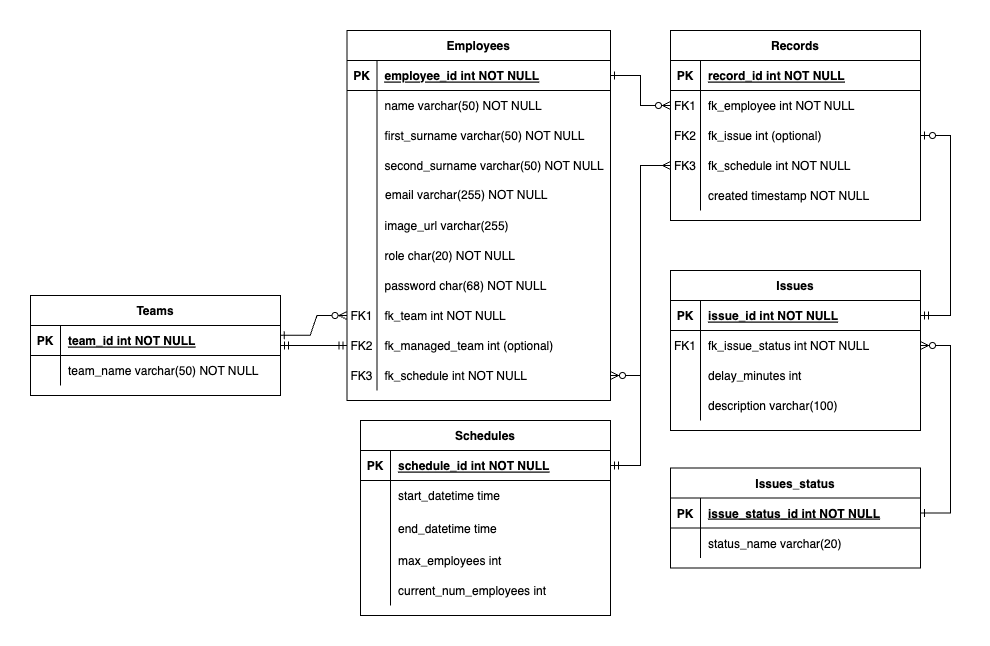
uma-dev/schedule-whiz keeps this draw.io diagram as images/schedule-whiz-db.png. Above is the earlier version. Source tidied: cells renumbered, new cells last; positions are measured from the earlier drawing's top-left corner, leaving out a move shared by most shapes.
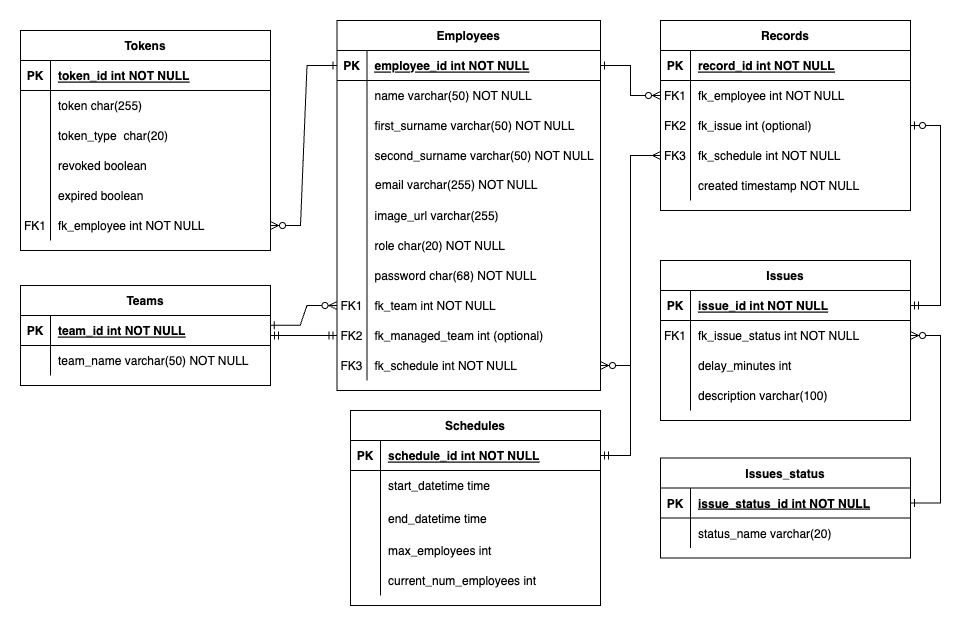
Later version of the same file.

Change to the diagram source:
```diff
@@ -307,5 +307,65 @@
     <mxCell id="101" style="edgeStyle=entityRelationEdgeStyle;endArrow=ERzeroToMany;startArrow=ERone;endFill=1;startFill=0;labelBackgroundColor=none;fontColor=default;rounded=0;" parent="1" edge="1" source="60" target="56">
       <mxGeometry relative="1" as="geometry" />
     </mxCell>
+    <mxCell id="102" value="Tokens" style="shape=table;startSize=30;rowLines=0;fontStyle=1;align=center;labelBackgroundColor=none;rounded=0;" parent="1" vertex="1">
+      <mxGeometry y="10" width="250" height="220" as="geometry" />
+    </mxCell>
+    <mxCell id="103" style="shape=partialRectangle;fillColor=none;top=0;left=0;right=0;bottom=1;labelBackgroundColor=none;rounded=0;" parent="102" vertex="1">
+      <mxGeometry y="30" width="250" height="30" as="geometry" />
+    </mxCell>
+    <mxCell id="104" value="PK" style="shape=partialRectangle;overflow=hidden;fillColor=none;top=0;left=0;bottom=0;right=0;fontStyle=1;labelBackgroundColor=none;rounded=0;" parent="103" vertex="1">
+      <mxGeometry width="30" height="30" as="geometry" />
+    </mxCell>
+    <mxCell id="105" value="token_id int NOT NULL " style="shape=partialRectangle;overflow=hidden;fillColor=none;top=0;left=0;bottom=0;right=0;align=left;spacingLeft=6;fontStyle=5;labelBackgroundColor=none;rounded=0;" parent="103" vertex="1">
+      <mxGeometry x="30" width="220" height="30" as="geometry" />
+    </mxCell>
+    <mxCell id="106" style="shape=partialRectangle;fillColor=none;top=0;left=0;right=0;bottom=0;labelBackgroundColor=none;rounded=0;" parent="102" vertex="1">
+      <mxGeometry y="60" width="250" height="30" as="geometry" />
+    </mxCell>
+    <mxCell id="107" style="shape=partialRectangle;overflow=hidden;fillColor=none;top=0;left=0;bottom=0;right=0;labelBackgroundColor=none;rounded=0;" parent="106" vertex="1">
+      <mxGeometry width="30" height="30" as="geometry" />
+    </mxCell>
+    <mxCell id="108" value="token char(255)" style="shape=partialRectangle;overflow=hidden;fillColor=none;top=0;left=0;bottom=0;right=0;align=left;spacingLeft=6;labelBackgroundColor=none;rounded=0;" parent="106" vertex="1">
+      <mxGeometry x="30" width="220" height="30" as="geometry" />
+    </mxCell>
+    <mxCell id="109" style="shape=partialRectangle;fillColor=none;top=0;left=0;right=0;bottom=0;labelBackgroundColor=none;rounded=0;" parent="102" vertex="1">
+      <mxGeometry y="90" width="250" height="30" as="geometry" />
+    </mxCell>
+    <mxCell id="110" style="shape=partialRectangle;overflow=hidden;fillColor=none;top=0;left=0;bottom=0;right=0;labelBackgroundColor=none;rounded=0;" parent="109" vertex="1">
+      <mxGeometry width="30" height="30" as="geometry" />
+    </mxCell>
+    <mxCell id="111" value="token_type  char(20)" style="shape=partialRectangle;overflow=hidden;fillColor=none;top=0;left=0;bottom=0;right=0;align=left;spacingLeft=6;labelBackgroundColor=none;rounded=0;" parent="109" vertex="1">
+      <mxGeometry x="30" width="220" height="30" as="geometry" />
+    </mxCell>
+    <mxCell id="112" style="shape=partialRectangle;fillColor=none;top=0;left=0;right=0;bottom=0;labelBackgroundColor=none;rounded=0;" parent="102" vertex="1">
+      <mxGeometry y="120" width="250" height="30" as="geometry" />
+    </mxCell>
+    <mxCell id="113" style="shape=partialRectangle;overflow=hidden;fillColor=none;top=0;left=0;bottom=0;right=0;labelBackgroundColor=none;rounded=0;" parent="112" vertex="1">
+      <mxGeometry width="30" height="30" as="geometry" />
+    </mxCell>
+    <mxCell id="114" value="revoked boolean" style="shape=partialRectangle;overflow=hidden;fillColor=none;top=0;left=0;bottom=0;right=0;align=left;spacingLeft=6;labelBackgroundColor=none;rounded=0;" parent="112" vertex="1">
+      <mxGeometry x="30" width="220" height="30" as="geometry" />
+    </mxCell>
+    <mxCell id="115" style="shape=partialRectangle;fillColor=none;top=0;left=0;right=0;bottom=0;labelBackgroundColor=none;rounded=0;" parent="102" vertex="1">
+      <mxGeometry y="150" width="250" height="30" as="geometry" />
+    </mxCell>
+    <mxCell id="116" style="shape=partialRectangle;overflow=hidden;fillColor=none;top=0;left=0;bottom=0;right=0;labelBackgroundColor=none;rounded=0;" parent="115" vertex="1">
+      <mxGeometry width="30" height="30" as="geometry" />
+    </mxCell>
+    <mxCell id="117" value="expired boolean" style="shape=partialRectangle;overflow=hidden;fillColor=none;top=0;left=0;bottom=0;right=0;align=left;spacingLeft=6;labelBackgroundColor=none;rounded=0;" parent="115" vertex="1">
+      <mxGeometry x="30" width="220" height="30" as="geometry" />
+    </mxCell>
+    <mxCell id="118" style="shape=partialRectangle;fillColor=none;points=[[0,0.5],[1,0.5]];portConstraint=eastwest;top=0;left=0;right=0;bottom=0;labelBackgroundColor=none;rounded=0;" parent="102" vertex="1">
+      <mxGeometry y="180" width="250" height="30" as="geometry" />
+    </mxCell>
+    <mxCell id="119" value="FK1" style="shape=partialRectangle;overflow=hidden;fillColor=none;top=0;left=0;bottom=0;right=0;labelBackgroundColor=none;rounded=0;" parent="118" vertex="1">
+      <mxGeometry width="30" height="30" as="geometry" />
+    </mxCell>
+    <mxCell id="120" value="fk_employee int NOT NULL" style="shape=partialRectangle;overflow=hidden;fillColor=none;top=0;left=0;bottom=0;right=0;align=left;spacingLeft=6;labelBackgroundColor=none;rounded=0;" parent="118" vertex="1">
+      <mxGeometry x="30" width="220" height="30" as="geometry" />
+    </mxCell>
+    <mxCell id="121" style="edgeStyle=entityRelationEdgeStyle;endArrow=ERzeroToMany;startArrow=ERone;endFill=1;startFill=0;exitX=0;exitY=0.5;exitDx=0;exitDy=0;labelBackgroundColor=none;fontColor=default;rounded=0;entryX=1;entryY=0.5;entryDx=0;entryDy=0;" parent="1" edge="1" source="26" target="118">
+      <mxGeometry relative="1" as="geometry" />
+    </mxCell>
   </root>
 </mxGraphModel>
```
